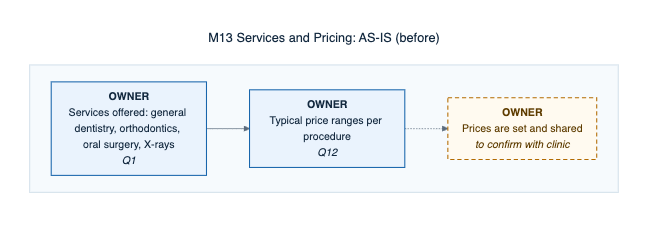
Above: docs/defense/diagrams/png/M13-services-pricing-as-is.png in 0phem/multibranch-dental-clinic (Mermaid), before the change. Its source is kept beside it as docs/defense/diagrams/M13-services-pricing-as-is.mmd.
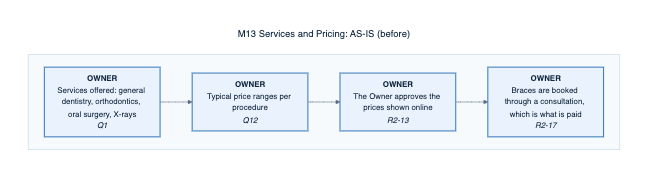
The same diagram one commit later.

Diff of the diagram source:
```diff
@@ -6,10 +6,12 @@
     direction LR
       S0["<b>OWNER</b><br/>Services offered: general dentistry, orthodontics, oral surgery, X-rays<br/><i>Q1</i>"]:::cited
       S1["<b>OWNER</b><br/>Typical price ranges per procedure<br/><i>Q12</i>"]:::cited
-      S2["<b>OWNER</b><br/>Prices are set and shared<br/><i>to confirm with clinic</i>"]:::confirm
+      S2["<b>OWNER</b><br/>The Owner approves the prices shown online<br/><i>R2-13</i>"]:::cited
+      S3["<b>OWNER</b><br/>Braces are booked through a consultation, which is what is paid<br/><i>R2-17</i>"]:::cited
     end
     S0 --> S1
-    S1 -.-> S2
+    S1 --> S2
+    S2 --> S3
     classDef cited fill:#eaf3fd,stroke:#1865ac,color:#142a40,stroke-width:1.5px
     classDef confirm fill:#fffaf0,stroke:#b26a00,color:#5e3c00,stroke-width:1.5px,stroke-dasharray:6 4
     classDef auto fill:#e6f5ee,stroke:#0c7f75,color:#0f3d33,stroke-width:1.5px
```
